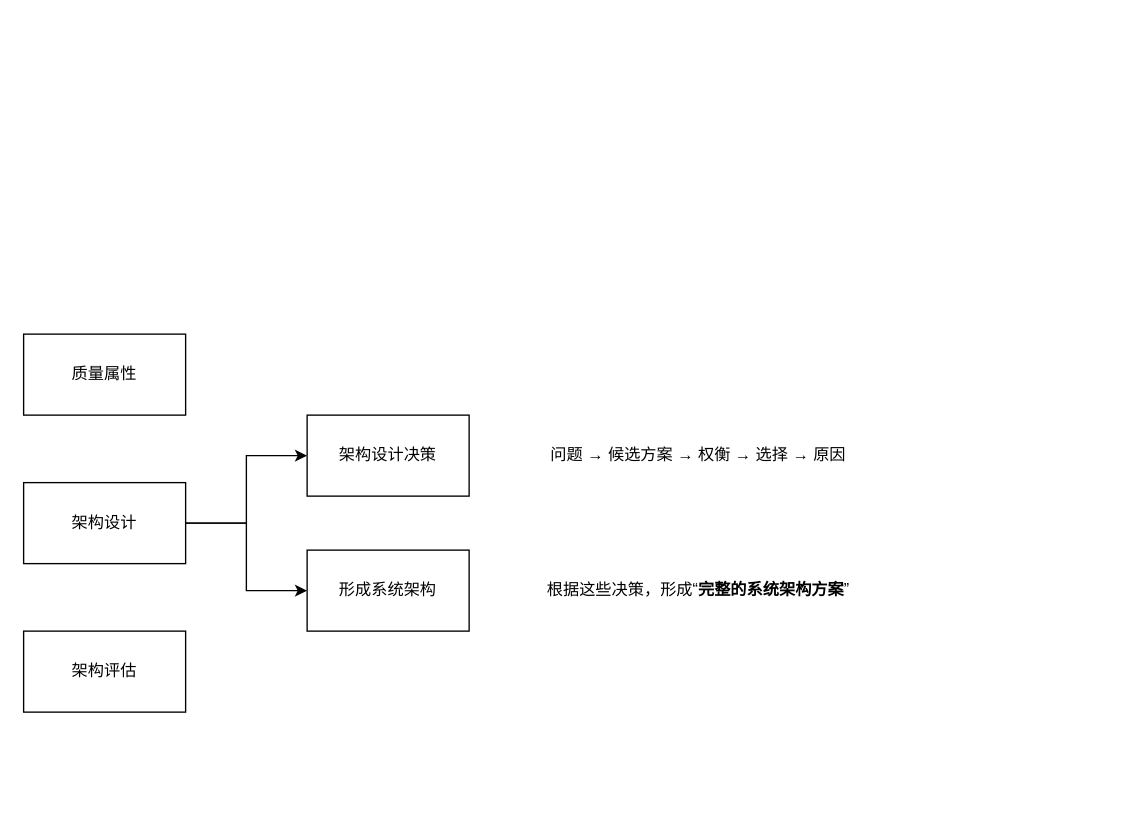
This is page "第 2 页" (2 of 2) of ruankao.drawio from wangyunhuan895-eng/images, a draw.io file, before an edit. Source tidied: cells renumbered, new cells numbered last; positions are measured from the earlier drawing's top-left corner, leaving out a move shared by most shapes. Both pictures are drawn from the tidied source at 135%, with x=0, y=0 at pixel (23, 333).
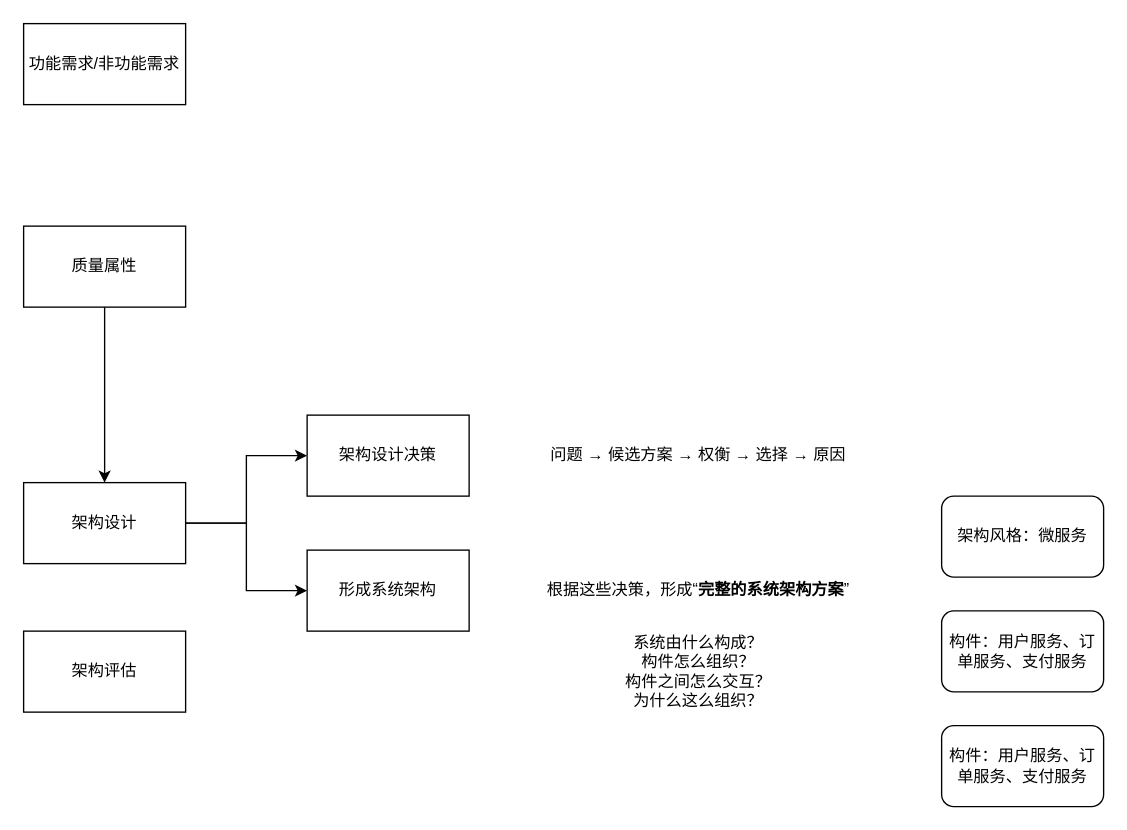
The same page after the edit.

The edit, as a diff of the source:
```diff
@@
 <mxGraphModel>
   <root>
     <mxCell id="0" />
     <mxCell id="1" parent="0" />
     <mxCell id="2" style="edgeStyle=orthogonalEdgeStyle;rounded=0;jettySize=auto;html=1;exitX=1;exitY=0.5;exitDx=0;exitDy=0;" parent="1" edge="1" source="4" target="7">
       <mxGeometry relative="1" as="geometry" />
     </mxCell>
     <mxCell id="3" style="edgeStyle=orthogonalEdgeStyle;rounded=0;jettySize=auto;html=1;exitX=1;exitY=0.5;exitDx=0;exitDy=0;" parent="1" edge="1" source="4" target="8">
       <mxGeometry relative="1" as="geometry" />
     </mxCell>
     <mxCell id="4" value="架构设计" style="rounded=0;whiteSpace=wrap;html=1;" parent="1" vertex="1">
       <mxGeometry y="110" width="120" height="60" as="geometry" />
     </mxCell>
+    <mxCell id="11" style="edgeStyle=orthogonalEdgeStyle;rounded=0;jettySize=auto;html=1;exitX=0.5;exitY=1;exitDx=0;exitDy=0;" parent="1" edge="1" source="5" target="4">
+      <mxGeometry relative="1" as="geometry" />
+    </mxCell>
     <mxCell id="5" value="质量属性" style="rounded=0;whiteSpace=wrap;html=1;" parent="1" vertex="1">
-      <mxGeometry width="120" height="60" as="geometry" />
+      <mxGeometry y="-80" width="120" height="60" as="geometry" />
     </mxCell>
     <mxCell id="6" value="架构评估" style="rounded=0;whiteSpace=wrap;html=1;" parent="1" vertex="1">
       <mxGeometry y="220" width="120" height="60" as="geometry" />
     </mxCell>
     <mxCell id="7" value="架构设计决策" style="rounded=0;whiteSpace=wrap;html=1;" parent="1" vertex="1">
       <mxGeometry x="210" y="60" width="120" height="60" as="geometry" />
     </mxCell>
     <mxCell id="8" value="形成系统架构" style="rounded=0;whiteSpace=wrap;html=1;" parent="1" vertex="1">
       <mxGeometry x="210" y="160" width="120" height="60" as="geometry" />
     </mxCell>
     <mxCell id="9" value="问题 → 候选方案 → 权衡 → 选择 → 原因" style="text;html=1;whiteSpace=wrap;strokeColor=none;fillColor=none;align=center;verticalAlign=middle;rounded=0;" parent="1" vertex="1">
       <mxGeometry x="370" y="75" width="260" height="30" as="geometry" />
     </mxCell>
     <mxCell id="10" value="根据这些决策，形成“&lt;strong&gt;完整的系统架构方案&lt;/strong&gt;”" style="text;html=1;whiteSpace=wrap;strokeColor=none;fillColor=none;align=center;verticalAlign=middle;rounded=0;" parent="1" vertex="1">
       <mxGeometry x="380" y="175" width="240" height="30" as="geometry" />
     </mxCell>
+    <mxCell id="12" value="架构风格：微服务" style="rounded=1;whiteSpace=wrap;html=1;" parent="1" vertex="1">
+      <mxGeometry x="680" y="120" width="120" height="60" as="geometry" />
+    </mxCell>
+    <mxCell id="13" value="构件：用户服务、订单服务、支付服务" style="rounded=1;whiteSpace=wrap;html=1;" parent="1" vertex="1">
+      <mxGeometry x="680" y="205" width="120" height="60" as="geometry" />
+    </mxCell>
+    <mxCell id="14" value="系统由什么构成？&lt;div&gt;构件怎么组织？&lt;/div&gt;&lt;div&gt;构件之间怎么交互？&lt;/div&gt;&lt;div&gt;为什么这么组织？&lt;/div&gt;" style="text;html=1;whiteSpace=wrap;strokeColor=none;fillColor=none;align=center;verticalAlign=middle;rounded=0;" parent="1" vertex="1">
+      <mxGeometry x="400" y="205" width="200" height="90" as="geometry" />
+    </mxCell>
+    <mxCell id="15" value="构件：用户服务、订单服务、支付服务" style="rounded=1;whiteSpace=wrap;html=1;" parent="1" vertex="1">
+      <mxGeometry x="680" y="290" width="120" height="60" as="geometry" />
+    </mxCell>
+    <mxCell id="16" value="功能需求/非功能需求" style="rounded=0;whiteSpace=wrap;html=1;" parent="1" vertex="1">
+      <mxGeometry y="-230" width="120" height="60" as="geometry" />
+    </mxCell>
   </root>
 </mxGraphModel>
```
